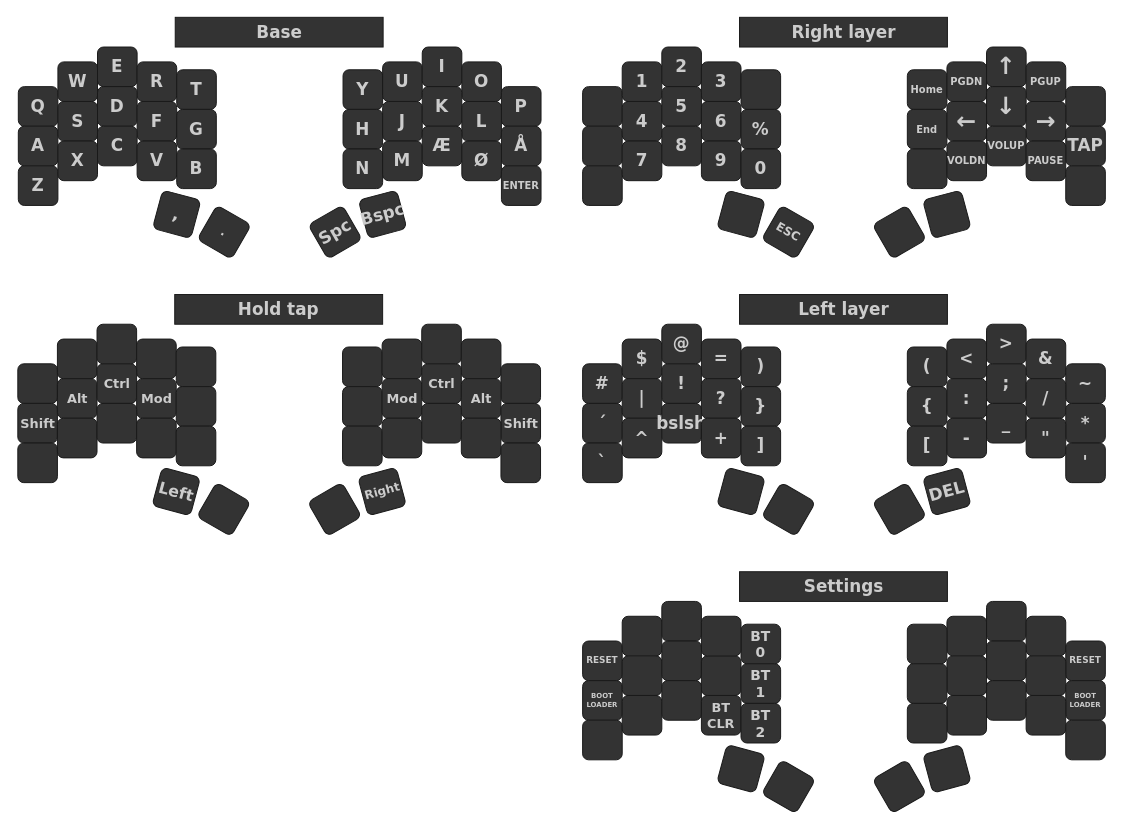
SofusA/zmk-config keeps this draw.io diagram as keymap.drawio. Above is the earlier version. Source tidied: cells renumbered, new cells numbered last; positions are measured from the earlier drawing's top-left corner, leaving out a move shared by most shapes. Both pictures are drawn from the tidied source at 99%, with x=0, y=0 at pixel (18, 17).
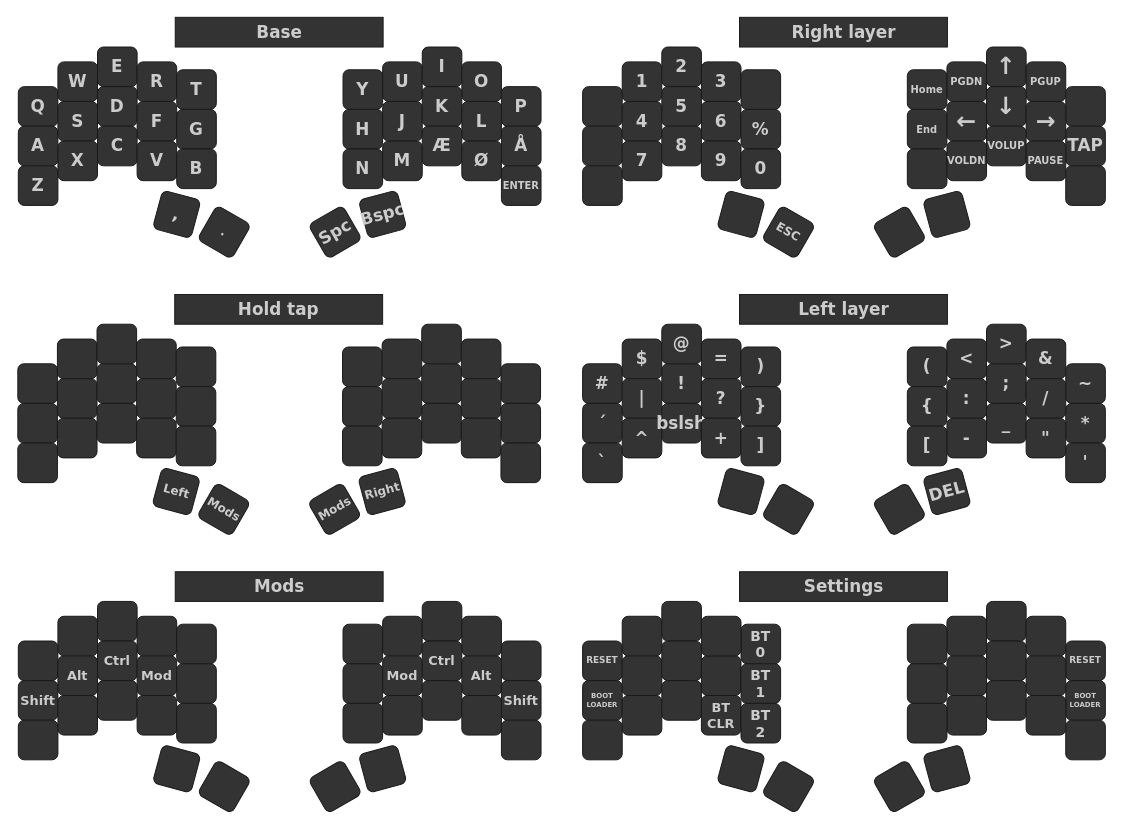
The same diagram, later.

Diff of the diagram source:
```diff
@@
-    <mxCell id="148" value="Shift" style="whiteSpace=wrap;html=1;fontSize=13;fontFamily=Verdana;fontStyle=1;fontColor=#CCCCCC;fillColor=#333333;rounded=1;strokeColor=#1A1A1A;" parent="1" vertex="1">
+    <mxCell id="148" style="whiteSpace=wrap;html=1;fontSize=13;fontFamily=Verdana;fontStyle=1;fontColor=#CCCCCC;fillColor=#333333;rounded=1;strokeColor=#1A1A1A;" parent="1" vertex="1">
       <mxGeometry x="-0.5" y="390" width="40" height="40" as="geometry" />
     </mxCell>
-    <mxCell id="149" value="Alt" style="whiteSpace=wrap;html=1;fontSize=13;fontFamily=Verdana;fontStyle=1;fontColor=#CCCCCC;fillColor=#333333;rounded=1;strokeColor=#1A1A1A;" parent="1" vertex="1">
+    <mxCell id="149" style="whiteSpace=wrap;html=1;fontSize=13;fontFamily=Verdana;fontStyle=1;fontColor=#CCCCCC;fillColor=#333333;rounded=1;strokeColor=#1A1A1A;" parent="1" vertex="1">
       <mxGeometry x="39.5" y="365" width="40" height="40" as="geometry" />
     </mxCell>
-    <mxCell id="150" value="Ctrl" style="whiteSpace=wrap;html=1;fontSize=13;fontFamily=Verdana;fontStyle=1;fontColor=#CCCCCC;fillColor=#333333;rounded=1;strokeColor=#1A1A1A;" parent="1" vertex="1">
+    <mxCell id="150" style="whiteSpace=wrap;html=1;fontSize=13;fontFamily=Verdana;fontStyle=1;fontColor=#CCCCCC;fillColor=#333333;rounded=1;strokeColor=#1A1A1A;" parent="1" vertex="1">
       <mxGeometry x="79.5" y="350" width="40" height="40" as="geometry" />
     </mxCell>
-    <mxCell id="151" value="Mod" style="whiteSpace=wrap;html=1;fontSize=13;fontFamily=Verdana;fontStyle=1;fontColor=#CCCCCC;fillColor=#333333;rounded=1;strokeColor=#1A1A1A;" parent="1" vertex="1">
+    <mxCell id="151" style="whiteSpace=wrap;html=1;fontSize=13;fontFamily=Verdana;fontStyle=1;fontColor=#CCCCCC;fillColor=#333333;rounded=1;strokeColor=#1A1A1A;" parent="1" vertex="1">
       <mxGeometry x="119.5" y="365" width="40" height="40" as="geometry" />
     </mxCell>
@@
-    <mxCell id="158" value="Left" style="whiteSpace=wrap;html=1;rotation=15;fontSize=16;fontFamily=Verdana;fontStyle=1;fillColor=#333333;strokeColor=#1A1A1A;fontColor=#CCCCCC;rounded=1;" parent="1" vertex="1">
+    <mxCell id="158" value="Left" style="whiteSpace=wrap;html=1;rotation=15;fontSize=12;fontFamily=Verdana;fontStyle=1;fillColor=#333333;strokeColor=#1A1A1A;fontColor=#CCCCCC;rounded=1;" parent="1" vertex="1">
       <mxGeometry x="139.5" y="459" width="40" height="40" as="geometry" />
     </mxCell>
-    <mxCell id="159" style="whiteSpace=wrap;html=1;rotation=30;fontSize=12;fontFamily=Verdana;fontStyle=1;fontColor=#CCCCCC;fillColor=#333333;rounded=1;strokeColor=#1A1A1A;" parent="1" vertex="1">
+    <mxCell id="159" value="Mods" style="whiteSpace=wrap;html=1;rotation=30;fontSize=12;fontFamily=Verdana;fontStyle=1;fontColor=#CCCCCC;fillColor=#333333;rounded=1;strokeColor=#1A1A1A;" parent="1" vertex="1">
       <mxGeometry x="187.5" y="477" width="40" height="40" as="geometry" />
     </mxCell>
@@
-    <mxCell id="166" value="Mod" style="whiteSpace=wrap;html=1;fontSize=13;fontFamily=Verdana;fontStyle=1;fontColor=#CCCCCC;fillColor=#333333;rounded=1;strokeColor=#1A1A1A;" parent="1" vertex="1">
+    <mxCell id="166" style="whiteSpace=wrap;html=1;fontSize=13;fontFamily=Verdana;fontStyle=1;fontColor=#CCCCCC;fillColor=#333333;rounded=1;strokeColor=#1A1A1A;" parent="1" vertex="1">
       <mxGeometry x="367.5" y="365" width="40" height="40" as="geometry" />
     </mxCell>
-    <mxCell id="167" value="Ctrl" style="whiteSpace=wrap;html=1;fontSize=13;fontFamily=Verdana;fontStyle=1;fontColor=#CCCCCC;fillColor=#333333;rounded=1;strokeColor=#1A1A1A;" parent="1" vertex="1">
+    <mxCell id="167" style="whiteSpace=wrap;html=1;fontSize=13;fontFamily=Verdana;fontStyle=1;fontColor=#CCCCCC;fillColor=#333333;rounded=1;strokeColor=#1A1A1A;" parent="1" vertex="1">
       <mxGeometry x="407.5" y="350" width="40" height="40" as="geometry" />
     </mxCell>
-    <mxCell id="168" value="Alt" style="whiteSpace=wrap;html=1;fontSize=13;fontFamily=Verdana;fontStyle=1;fontColor=#CCCCCC;fillColor=#333333;rounded=1;strokeColor=#1A1A1A;" parent="1" vertex="1">
+    <mxCell id="168" style="whiteSpace=wrap;html=1;fontSize=13;fontFamily=Verdana;fontStyle=1;fontColor=#CCCCCC;fillColor=#333333;rounded=1;strokeColor=#1A1A1A;" parent="1" vertex="1">
       <mxGeometry x="447.5" y="365" width="40" height="40" as="geometry" />
     </mxCell>
-    <mxCell id="169" value="Shift" style="whiteSpace=wrap;html=1;fontSize=13;fontFamily=Verdana;fontStyle=1;fontColor=#CCCCCC;fillColor=#333333;rounded=1;strokeColor=#1A1A1A;" parent="1" vertex="1">
+    <mxCell id="169" style="whiteSpace=wrap;html=1;fontSize=13;fontFamily=Verdana;fontStyle=1;fontColor=#CCCCCC;fillColor=#333333;rounded=1;strokeColor=#1A1A1A;" parent="1" vertex="1">
       <mxGeometry x="487.5" y="390" width="40" height="40" as="geometry" />
     </mxCell>
@@
-    <mxCell id="175" style="whiteSpace=wrap;html=1;rotation=-30;fontSize=17;fontFamily=Verdana;fontStyle=1;fontColor=#CCCCCC;fillColor=#333333;rounded=1;strokeColor=#1A1A1A;" parent="1" vertex="1">
+    <mxCell id="175" value="Mods" style="whiteSpace=wrap;html=1;rotation=-30;fontSize=12;fontFamily=Verdana;fontStyle=1;fontColor=#CCCCCC;fillColor=#333333;rounded=1;strokeColor=#1A1A1A;" parent="1" vertex="1">
       <mxGeometry x="299.5" y="477" width="40" height="40" as="geometry" />
     </mxCell>
@@
+    <mxCell id="178" style="whiteSpace=wrap;html=1;fontSize=17;fontFamily=Verdana;fontStyle=1;fontColor=#CCCCCC;fillColor=#333333;rounded=1;strokeColor=#1A1A1A;" parent="1" vertex="1">
+      <mxGeometry y="630" width="40" height="40" as="geometry" />
+    </mxCell>
+    <mxCell id="179" style="whiteSpace=wrap;html=1;fontSize=17;fontFamily=Verdana;fontStyle=1;fontColor=#CCCCCC;fillColor=#333333;rounded=1;strokeColor=#1A1A1A;" parent="1" vertex="1">
+      <mxGeometry x="40" y="605" width="40" height="40" as="geometry" />
+    </mxCell>
+    <mxCell id="180" style="whiteSpace=wrap;html=1;fontSize=17;fontFamily=Verdana;fontStyle=1;fontColor=#CCCCCC;fillColor=#333333;rounded=1;strokeColor=#1A1A1A;" parent="1" vertex="1">
+      <mxGeometry x="80" y="590" width="40" height="40" as="geometry" />
+    </mxCell>
+    <mxCell id="181" style="whiteSpace=wrap;html=1;fontSize=17;fontFamily=Verdana;fontStyle=1;fontColor=#CCCCCC;fillColor=#333333;rounded=1;strokeColor=#1A1A1A;" parent="1" vertex="1">
+      <mxGeometry x="120" y="605" width="40" height="40" as="geometry" />
+    </mxCell>
+    <mxCell id="182" style="whiteSpace=wrap;html=1;fontSize=17;fontFamily=Verdana;fontStyle=1;fontColor=#CCCCCC;fillColor=#333333;rounded=1;strokeColor=#1A1A1A;" parent="1" vertex="1">
+      <mxGeometry x="160" y="613" width="40" height="40" as="geometry" />
+    </mxCell>
+    <mxCell id="183" value="Shift" style="whiteSpace=wrap;html=1;fontSize=13;fontFamily=Verdana;fontStyle=1;fontColor=#CCCCCC;fillColor=#333333;rounded=1;strokeColor=#1A1A1A;" parent="1" vertex="1">
+      <mxGeometry y="670" width="40" height="40" as="geometry" />
+    </mxCell>
+    <mxCell id="184" value="Alt" style="whiteSpace=wrap;html=1;fontSize=13;fontFamily=Verdana;fontStyle=1;fontColor=#CCCCCC;fillColor=#333333;rounded=1;strokeColor=#1A1A1A;" parent="1" vertex="1">
+      <mxGeometry x="40" y="645" width="40" height="40" as="geometry" />
+    </mxCell>
+    <mxCell id="185" value="Ctrl" style="whiteSpace=wrap;html=1;fontSize=13;fontFamily=Verdana;fontStyle=1;fontColor=#CCCCCC;fillColor=#333333;rounded=1;strokeColor=#1A1A1A;" parent="1" vertex="1">
+      <mxGeometry x="80" y="630" width="40" height="40" as="geometry" />
+    </mxCell>
+    <mxCell id="186" value="Mod" style="whiteSpace=wrap;html=1;fontSize=13;fontFamily=Verdana;fontStyle=1;fontColor=#CCCCCC;fillColor=#333333;rounded=1;strokeColor=#1A1A1A;" parent="1" vertex="1">
+      <mxGeometry x="120" y="645" width="40" height="40" as="geometry" />
+    </mxCell>
+    <mxCell id="187" style="whiteSpace=wrap;html=1;fontSize=17;fontFamily=Verdana;fontStyle=1;fontColor=#CCCCCC;fillColor=#333333;rounded=1;strokeColor=#1A1A1A;" parent="1" vertex="1">
+      <mxGeometry x="160" y="653" width="40" height="40" as="geometry" />
+    </mxCell>
+    <mxCell id="188" style="whiteSpace=wrap;html=1;fontSize=17;fontFamily=Verdana;fontStyle=1;fontColor=#CCCCCC;fillColor=#333333;rounded=1;strokeColor=#1A1A1A;" parent="1" vertex="1">
+      <mxGeometry y="710" width="40" height="40" as="geometry" />
+    </mxCell>
+    <mxCell id="189" style="whiteSpace=wrap;html=1;fontSize=17;fontFamily=Verdana;fontStyle=1;fontColor=#CCCCCC;fillColor=#333333;rounded=1;strokeColor=#1A1A1A;" parent="1" vertex="1">
+      <mxGeometry x="40" y="685" width="40" height="40" as="geometry" />
+    </mxCell>
+    <mxCell id="190" style="whiteSpace=wrap;html=1;fontSize=17;fontFamily=Verdana;fontStyle=1;fontColor=#CCCCCC;fillColor=#333333;rounded=1;strokeColor=#1A1A1A;" parent="1" vertex="1">
+      <mxGeometry x="80" y="670" width="40" height="40" as="geometry" />
+    </mxCell>
+    <mxCell id="191" style="whiteSpace=wrap;html=1;fontSize=11;fontFamily=Verdana;fontStyle=1;fontColor=#CCCCCC;fillColor=#333333;rounded=1;strokeColor=#1A1A1A;" parent="1" vertex="1">
+      <mxGeometry x="120" y="685" width="40" height="40" as="geometry" />
+    </mxCell>
+    <mxCell id="192" style="whiteSpace=wrap;html=1;fontSize=17;fontFamily=Verdana;fontStyle=1;fontColor=#CCCCCC;fillColor=#333333;rounded=1;strokeColor=#1A1A1A;" parent="1" vertex="1">
+      <mxGeometry x="160" y="693" width="40" height="40" as="geometry" />
+    </mxCell>
+    <mxCell id="193" style="whiteSpace=wrap;html=1;rotation=15;fontSize=16;fontFamily=Verdana;fontStyle=1;fillColor=#333333;strokeColor=#1A1A1A;fontColor=#CCCCCC;rounded=1;" parent="1" vertex="1">
+      <mxGeometry x="140" y="739" width="40" height="40" as="geometry" />
+    </mxCell>
+    <mxCell id="194" style="whiteSpace=wrap;html=1;rotation=30;fontSize=12;fontFamily=Verdana;fontStyle=1;fontColor=#CCCCCC;fillColor=#333333;rounded=1;strokeColor=#1A1A1A;" parent="1" vertex="1">
+      <mxGeometry x="188" y="757" width="40" height="40" as="geometry" />
+    </mxCell>
+    <mxCell id="195" style="whiteSpace=wrap;html=1;fontSize=17;fontFamily=Verdana;fontStyle=1;fontColor=#CCCCCC;fillColor=#333333;rounded=1;strokeColor=#1A1A1A;" parent="1" vertex="1">
+      <mxGeometry x="328" y="613" width="40" height="40" as="geometry" />
+    </mxCell>
+    <mxCell id="196" style="whiteSpace=wrap;html=1;fontSize=17;fontFamily=Verdana;fontStyle=1;fontColor=#CCCCCC;fillColor=#333333;rounded=1;strokeColor=#1A1A1A;" parent="1" vertex="1">
+      <mxGeometry x="368" y="605" width="40" height="40" as="geometry" />
+    </mxCell>
+    <mxCell id="197" style="whiteSpace=wrap;html=1;fontSize=17;fontFamily=Verdana;fontStyle=1;fontColor=#CCCCCC;fillColor=#333333;rounded=1;strokeColor=#1A1A1A;" parent="1" vertex="1">
+      <mxGeometry x="408" y="590" width="40" height="40" as="geometry" />
+    </mxCell>
+    <mxCell id="198" style="whiteSpace=wrap;html=1;fontSize=17;fontFamily=Verdana;fontStyle=1;fontColor=#CCCCCC;fillColor=#333333;rounded=1;strokeColor=#1A1A1A;" parent="1" vertex="1">
+      <mxGeometry x="448" y="605" width="40" height="40" as="geometry" />
+    </mxCell>
+    <mxCell id="199" style="whiteSpace=wrap;html=1;fontSize=17;fontFamily=Verdana;fontStyle=1;fontColor=#CCCCCC;fillColor=#333333;rounded=1;strokeColor=#1A1A1A;" parent="1" vertex="1">
+      <mxGeometry x="488" y="630" width="40" height="40" as="geometry" />
+    </mxCell>
+    <mxCell id="200" style="whiteSpace=wrap;html=1;fontSize=17;fontFamily=Verdana;fontStyle=1;fontColor=#CCCCCC;fillColor=#333333;rounded=1;strokeColor=#1A1A1A;" parent="1" vertex="1">
+      <mxGeometry x="328" y="653" width="40" height="40" as="geometry" />
+    </mxCell>
+    <mxCell id="201" value="Mod" style="whiteSpace=wrap;html=1;fontSize=13;fontFamily=Verdana;fontStyle=1;fontColor=#CCCCCC;fillColor=#333333;rounded=1;strokeColor=#1A1A1A;" parent="1" vertex="1">
+      <mxGeometry x="368" y="645" width="40" height="40" as="geometry" />
+    </mxCell>
+    <mxCell id="202" value="Ctrl" style="whiteSpace=wrap;html=1;fontSize=13;fontFamily=Verdana;fontStyle=1;fontColor=#CCCCCC;fillColor=#333333;rounded=1;strokeColor=#1A1A1A;" parent="1" vertex="1">
+      <mxGeometry x="408" y="630" width="40" height="40" as="geometry" />
+    </mxCell>
+    <mxCell id="203" value="Alt" style="whiteSpace=wrap;html=1;fontSize=13;fontFamily=Verdana;fontStyle=1;fontColor=#CCCCCC;fillColor=#333333;rounded=1;strokeColor=#1A1A1A;" parent="1" vertex="1">
+      <mxGeometry x="448" y="645" width="40" height="40" as="geometry" />
+    </mxCell>
+    <mxCell id="204" value="Shift" style="whiteSpace=wrap;html=1;fontSize=13;fontFamily=Verdana;fontStyle=1;fontColor=#CCCCCC;fillColor=#333333;rounded=1;strokeColor=#1A1A1A;" parent="1" vertex="1">
+      <mxGeometry x="488" y="670" width="40" height="40" as="geometry" />
+    </mxCell>
+    <mxCell id="205" style="whiteSpace=wrap;html=1;fontSize=17;fontFamily=Verdana;fontStyle=1;fontColor=#CCCCCC;fillColor=#333333;rounded=1;strokeColor=#1A1A1A;" parent="1" vertex="1">
+      <mxGeometry x="328" y="693" width="40" height="40" as="geometry" />
+    </mxCell>
+    <mxCell id="206" style="whiteSpace=wrap;html=1;fontSize=11;fontFamily=Verdana;fontStyle=1;fontColor=#CCCCCC;fillColor=#333333;rounded=1;strokeColor=#1A1A1A;" parent="1" vertex="1">
+      <mxGeometry x="368" y="685" width="40" height="40" as="geometry" />
+    </mxCell>
+    <mxCell id="207" style="whiteSpace=wrap;html=1;fontSize=17;fontFamily=Verdana;fontStyle=1;fontColor=#CCCCCC;fillColor=#333333;rounded=1;strokeColor=#1A1A1A;" parent="1" vertex="1">
+      <mxGeometry x="408" y="670" width="40" height="40" as="geometry" />
+    </mxCell>
+    <mxCell id="208" style="whiteSpace=wrap;html=1;fontSize=17;fontFamily=Verdana;fontStyle=1;fontColor=#CCCCCC;fillColor=#333333;rounded=1;strokeColor=#1A1A1A;" parent="1" vertex="1">
+      <mxGeometry x="448" y="685" width="40" height="40" as="geometry" />
+    </mxCell>
+    <mxCell id="209" style="whiteSpace=wrap;html=1;fontSize=17;fontFamily=Verdana;fontStyle=1;fontColor=#CCCCCC;fillColor=#333333;rounded=1;strokeColor=#1A1A1A;" parent="1" vertex="1">
+      <mxGeometry x="488" y="710" width="40" height="40" as="geometry" />
+    </mxCell>
+    <mxCell id="210" style="whiteSpace=wrap;html=1;rotation=-30;fontSize=17;fontFamily=Verdana;fontStyle=1;fontColor=#CCCCCC;fillColor=#333333;rounded=1;strokeColor=#1A1A1A;" parent="1" vertex="1">
+      <mxGeometry x="300" y="757" width="40" height="40" as="geometry" />
+    </mxCell>
+    <mxCell id="211" style="whiteSpace=wrap;html=1;rotation=-15;fontSize=12;fontFamily=Verdana;fontStyle=1;fillColor=#333333;strokeColor=#1A1A1A;fontColor=#CCCCCC;rounded=1;" parent="1" vertex="1">
+      <mxGeometry x="348" y="739" width="40" height="40" as="geometry" />
+    </mxCell>
+    <mxCell id="212" value="&lt;b&gt;Mods&lt;br&gt;&lt;/b&gt;" style="rounded=0;whiteSpace=wrap;html=1;fontFamily=Verdana;fontSize=17;fontColor=#CCCCCC;fillColor=#333333;strokeColor=#1A1A1A;" parent="1" vertex="1">
+      <mxGeometry x="158.5" y="560" width="210" height="30" as="geometry" />
+    </mxCell>
```
